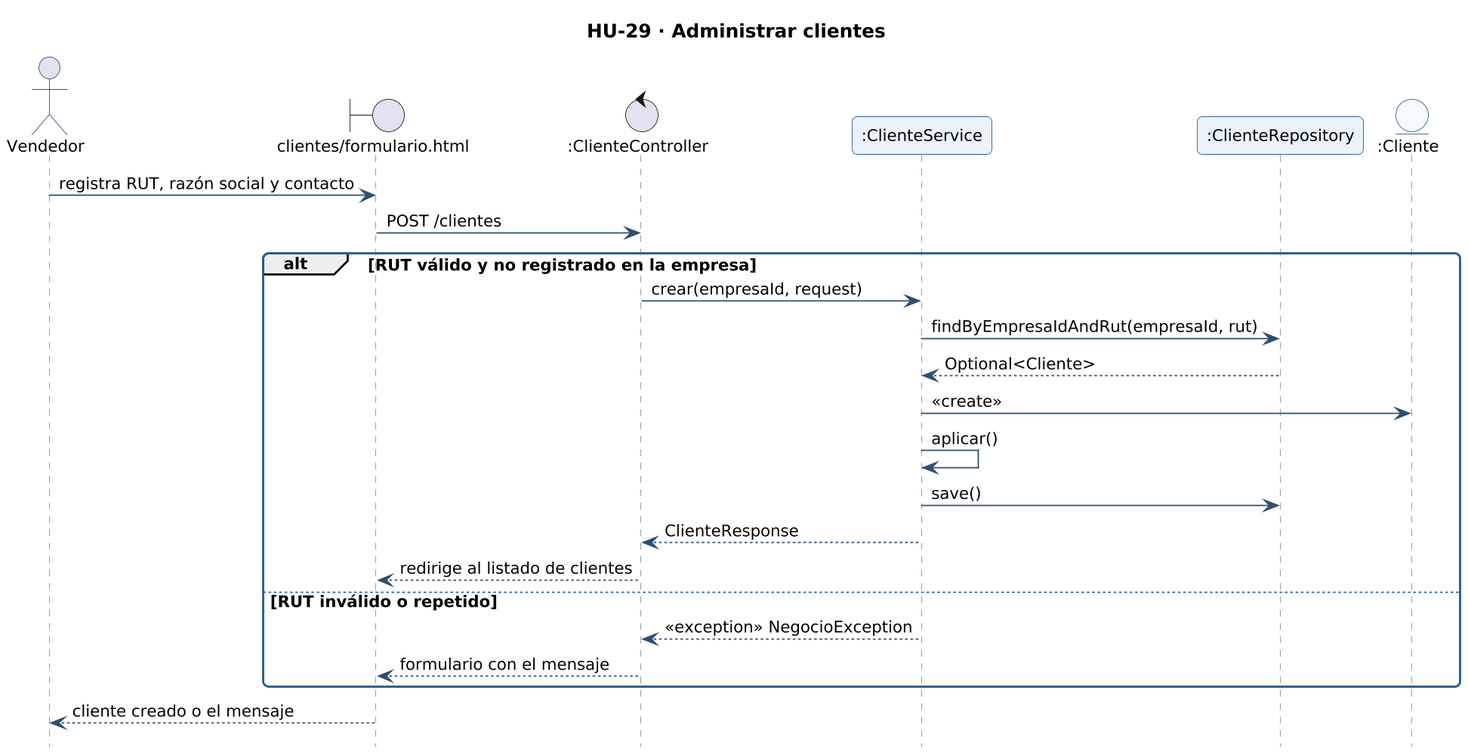
Above: docs/diagramas/secuencia-hu-29.png in gonzaloarenasduoc/Mira (PlantUML), before the change.
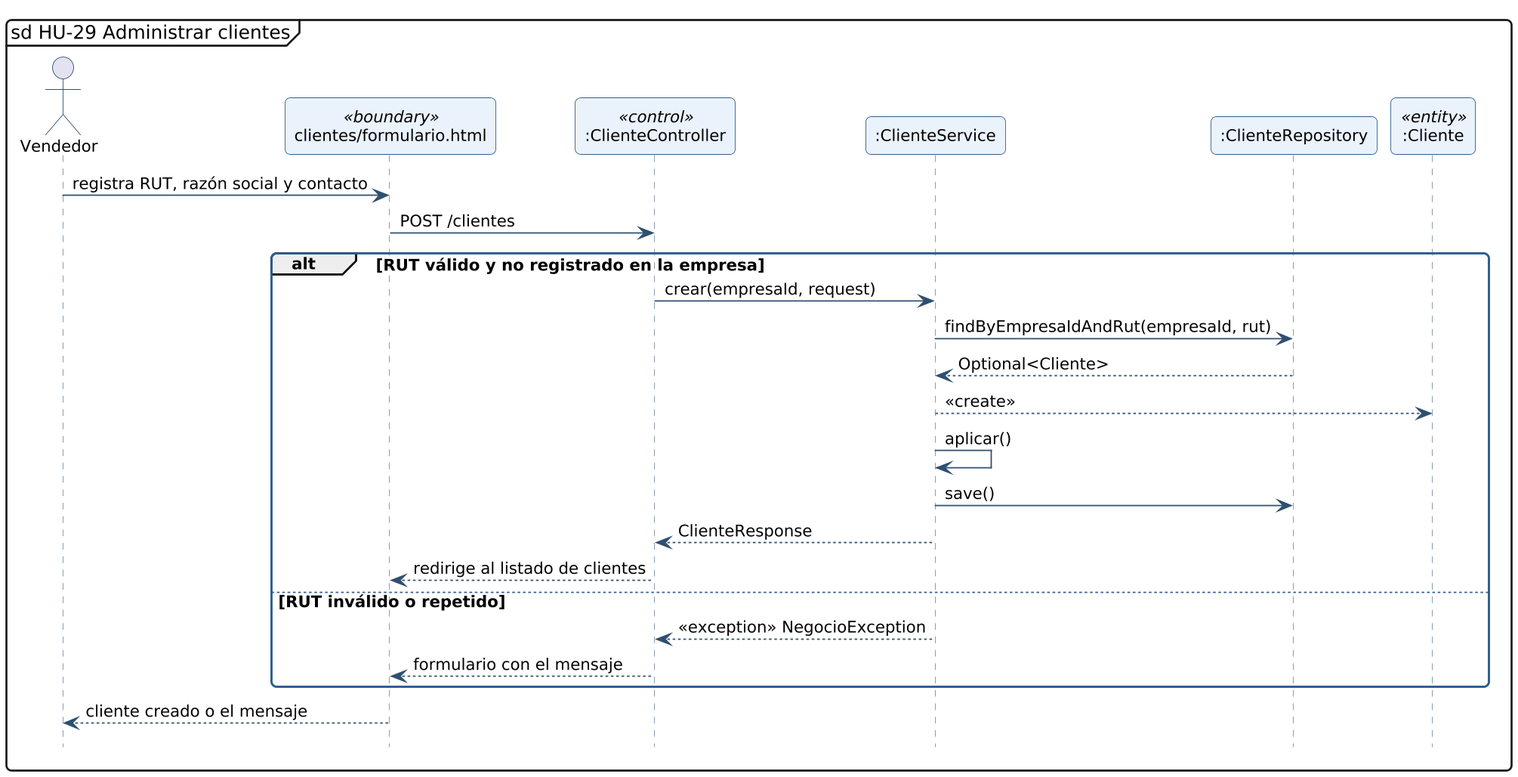
After the change.

What changed in the source:
```diff
@@ -3,20 +3,20 @@
 hide footbox
 skinparam maxMessageSize 260
 skinparam sequenceMessageAlign left
-title HU-29 · Administrar clientes
+mainframe sd HU-29 Administrar clientes
 actor "Vendedor" as A
-boundary "clientes/formulario.html" as L_VISTA_clientes_formulario
-control ":ClienteController" as L_ClienteController
+participant "clientes/formulario.html" as L_VISTA_clientes_formulario <<boundary>>
+participant ":ClienteController" as L_ClienteController <<control>>
 participant ":ClienteService" as L_ClienteService
 participant ":ClienteRepository" as L_ClienteRepository
-entity ":Cliente" as L_Cliente
+participant ":Cliente" as L_Cliente <<entity>>
 A -> L_VISTA_clientes_formulario : registra RUT, razón social y contacto
 L_VISTA_clientes_formulario -> L_ClienteController : POST /clientes
 alt RUT válido y no registrado en la empresa
 L_ClienteController -> L_ClienteService : crear(empresaId, request)
 L_ClienteService -> L_ClienteRepository : findByEmpresaIdAndRut(empresaId, rut)
 L_ClienteRepository --> L_ClienteService : Optional<Cliente>
-L_ClienteService -> L_Cliente : <<create>>
+L_ClienteService --> L_Cliente : <<create>>
 L_ClienteService -> L_ClienteService : aplicar()
 L_ClienteService -> L_ClienteRepository : save()
 L_ClienteService --> L_ClienteController : ClienteResponse
```
